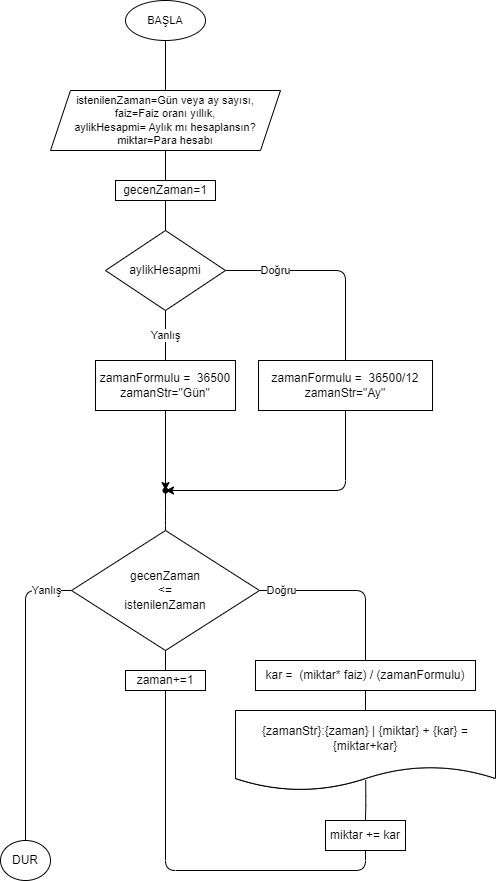
Before: Diyagramlar/Akış Diyagramı.drawio.png, a diagram exported from draw.io (VirtualExecutive/Mevduat-Faiz-Hesaplama). Source tidied: cells renumbered, new cells last; positions are measured from the earlier drawing's top-left corner, leaving out a move shared by most shapes. Its diagram source:
```xml
<mxGraphModel>
  <root>
    <mxCell id="0" />
    <mxCell id="1" parent="0" />
    <mxCell id="2" style="edgeStyle=none;html=1;endArrow=none;endFill=0;" parent="1" edge="1" source="3" target="4">
      <mxGeometry relative="1" as="geometry" />
    </mxCell>
    <mxCell id="3" value="BAŞLA" style="ellipse;whiteSpace=wrap;html=1;fontFamily=Helvetica;fontSize=11;fontColor=default;" parent="1" vertex="1">
      <mxGeometry x="125" width="80" height="40" as="geometry" />
    </mxCell>
    <mxCell id="4" value="istenilenZaman=Gün veya ay sayısı,&lt;br&gt;faiz=Faiz oranı yıllık,&lt;br&gt;aylikHesapmi= Aylık mı hesaplansın?&lt;br&gt;miktar=Para hesabı" style="shape=parallelogram;perimeter=parallelogramPerimeter;whiteSpace=wrap;html=1;fixedSize=1;fontFamily=Helvetica;fontSize=11;fontColor=default;align=center;strokeColor=default;fillColor=default;" parent="1" vertex="1">
      <mxGeometry x="50" y="90" width="230" height="60" as="geometry" />
    </mxCell>
    <mxCell id="5" style="edgeStyle=orthogonalEdgeStyle;jumpStyle=none;html=1;entryX=0.5;entryY=0;entryDx=0;entryDy=0;endArrow=none;endFill=0;" parent="1" edge="1" source="6" target="27">
      <mxGeometry relative="1" as="geometry" />
    </mxCell>
    <mxCell id="6" value="kar =&amp;nbsp; (miktar* faiz) / (zamanFormulu)" style="whiteSpace=wrap;html=1;" parent="1" vertex="1">
      <mxGeometry x="255" y="660" width="220" height="30" as="geometry" />
    </mxCell>
    <mxCell id="7" style="edgeStyle=orthogonalEdgeStyle;jumpStyle=none;html=1;endArrow=none;endFill=0;entryX=0.5;entryY=0;entryDx=0;entryDy=0;" parent="1" edge="1" source="11" target="33">
      <mxGeometry relative="1" as="geometry" />
    </mxCell>
    <mxCell id="8" value="Yanlış" style="edgeLabel;html=1;align=center;verticalAlign=middle;" parent="7" vertex="1">
      <mxGeometry x="-0.83" relative="1" as="geometry" />
    </mxCell>
    <mxCell id="9" style="jumpStyle=none;html=1;endArrow=none;endFill=0;edgeStyle=orthogonalEdgeStyle;exitX=1;exitY=0.5;exitDx=0;exitDy=0;" parent="1" edge="1" source="11" target="6">
      <mxGeometry relative="1" as="geometry" />
    </mxCell>
    <mxCell id="10" value="Doğru" style="edgeLabel;html=1;align=center;verticalAlign=middle;" parent="9" vertex="1">
      <mxGeometry x="-0.76" relative="1" as="geometry" />
    </mxCell>
    <mxCell id="11" value="gecenZaman&lt;br&gt;&amp;lt;=&lt;br&gt;istenilenZaman" style="rhombus;whiteSpace=wrap;html=1;" parent="1" vertex="1">
      <mxGeometry x="71" y="530" width="188" height="120" as="geometry" />
    </mxCell>
    <mxCell id="12" style="edgeStyle=none;html=1;endArrow=none;endFill=0;" parent="1" edge="1" source="4" target="13">
      <mxGeometry relative="1" as="geometry" />
    </mxCell>
    <mxCell id="13" value="gecenZaman=1" style="whiteSpace=wrap;html=1;" parent="1" vertex="1">
      <mxGeometry x="115" y="180" width="100" height="20" as="geometry" />
    </mxCell>
    <mxCell id="14" style="edgeStyle=none;html=1;endArrow=none;endFill=0;startArrow=none;" parent="1" edge="1" source="13" target="15">
      <mxGeometry relative="1" as="geometry" />
    </mxCell>
    <mxCell id="15" value="aylikHesapmi" style="rhombus;whiteSpace=wrap;html=1;" parent="1" vertex="1">
      <mxGeometry x="105" y="230" width="120" height="80" as="geometry" />
    </mxCell>
    <mxCell id="16" style="edgeStyle=none;html=1;endArrow=none;endFill=0;startArrow=none;" parent="1" edge="1" source="15" target="19">
      <mxGeometry relative="1" as="geometry" />
    </mxCell>
    <mxCell id="17" value="Yanlış" style="edgeLabel;html=1;align=center;verticalAlign=middle;" parent="16" vertex="1">
      <mxGeometry x="-0.41" y="1" relative="1" as="geometry">
        <mxPoint x="-1" y="10" as="offset" />
      </mxGeometry>
    </mxCell>
    <mxCell id="18" style="edgeStyle=orthogonalEdgeStyle;html=1;endArrow=classic;endFill=1;" parent="1" edge="1" source="19" target="25">
      <mxGeometry relative="1" as="geometry" />
    </mxCell>
    <mxCell id="19" value="zamanFormulu =&amp;nbsp; 36500&lt;br&gt;zamanStr=&quot;Gün&quot;" style="whiteSpace=wrap;html=1;" parent="1" vertex="1">
      <mxGeometry x="95" y="360" width="140" height="50" as="geometry" />
    </mxCell>
    <mxCell id="20" style="edgeStyle=orthogonalEdgeStyle;html=1;endArrow=classic;endFill=1;jumpStyle=none;entryX=0.634;entryY=0.393;entryDx=0;entryDy=0;entryPerimeter=0;" parent="1" edge="1" source="21" target="25">
      <mxGeometry relative="1" as="geometry">
        <Array as="points">
          <mxPoint x="345" y="490" />
        </Array>
      </mxGeometry>
    </mxCell>
    <mxCell id="21" value="zamanFormulu =&amp;nbsp; 36500/12&lt;br&gt;zamanStr=&quot;Ay&quot;" style="whiteSpace=wrap;html=1;" parent="1" vertex="1">
      <mxGeometry x="258" y="360" width="174" height="50" as="geometry" />
    </mxCell>
    <mxCell id="22" style="edgeStyle=orthogonalEdgeStyle;html=1;endArrow=none;endFill=0;" parent="1" edge="1" source="15" target="21">
      <mxGeometry relative="1" as="geometry" />
    </mxCell>
    <mxCell id="23" value="Doğru" style="edgeLabel;html=1;align=center;verticalAlign=middle;" parent="22" vertex="1">
      <mxGeometry x="-0.57" y="1" relative="1" as="geometry">
        <mxPoint x="5" y="1" as="offset" />
      </mxGeometry>
    </mxCell>
    <mxCell id="24" style="edgeStyle=orthogonalEdgeStyle;html=1;endArrow=none;endFill=0;" parent="1" edge="1" source="25" target="11">
      <mxGeometry relative="1" as="geometry">
        <Array as="points">
          <mxPoint x="165" y="520" />
        </Array>
      </mxGeometry>
    </mxCell>
    <mxCell id="25" style="shape=waypoint;sketch=0;fillStyle=solid;size=6;points=[];fillColor=none;perimeter=centerPerimeter;snapToPoint=1;" parent="1" vertex="1">
      <mxGeometry x="155" y="480" width="20" height="20" as="geometry" />
    </mxCell>
    <mxCell id="26" style="edgeStyle=orthogonalEdgeStyle;jumpStyle=none;html=1;endArrow=none;endFill=0;exitX=0.501;exitY=0.87;exitDx=0;exitDy=0;exitPerimeter=0;" parent="1" edge="1" source="32" target="29">
      <mxGeometry relative="1" as="geometry" />
    </mxCell>
    <mxCell id="27" value="{timeStr}:{time} | {miktar} + {kar} = {miktar+kar}" style="shape=document;whiteSpace=wrap;html=1;boundedLbl=1;" parent="1" vertex="1">
      <mxGeometry x="235" y="710" width="260" height="80" as="geometry" />
    </mxCell>
    <mxCell id="28" style="edgeStyle=orthogonalEdgeStyle;jumpStyle=none;html=1;endArrow=none;endFill=0;entryX=0.5;entryY=1;entryDx=0;entryDy=0;startArrow=none;" parent="1" edge="1" source="31" target="11">
      <mxGeometry relative="1" as="geometry" />
    </mxCell>
    <mxCell id="29" value="miktar += kar" style="whiteSpace=wrap;html=1;" parent="1" vertex="1">
      <mxGeometry x="325" y="820" width="80" height="30" as="geometry" />
    </mxCell>
    <mxCell id="30" style="edgeStyle=orthogonalEdgeStyle;jumpStyle=none;html=1;endArrow=none;endFill=0;entryX=0.5;entryY=1;entryDx=0;entryDy=0;" parent="1" edge="1" source="29" target="31">
      <mxGeometry relative="1" as="geometry">
        <Array as="points">
          <mxPoint x="365" y="870" />
          <mxPoint x="165" y="870" />
        </Array>
      </mxGeometry>
    </mxCell>
    <mxCell id="31" value="zaman+=1" style="rounded=0;whiteSpace=wrap;html=1;" parent="1" vertex="1">
      <mxGeometry x="125" y="670" width="80" height="20" as="geometry" />
    </mxCell>
    <mxCell id="32" value="{zamanStr}:{zaman} | {miktar} + {kar} = {miktar+kar}" style="shape=document;whiteSpace=wrap;html=1;boundedLbl=1;" parent="1" vertex="1">
      <mxGeometry x="235" y="710" width="260" height="80" as="geometry" />
    </mxCell>
    <mxCell id="33" value="DUR" style="ellipse;whiteSpace=wrap;html=1;" parent="1" vertex="1">
      <mxGeometry y="840" width="50" height="40" as="geometry" />
    </mxCell>
  </root>
</mxGraphModel>
```
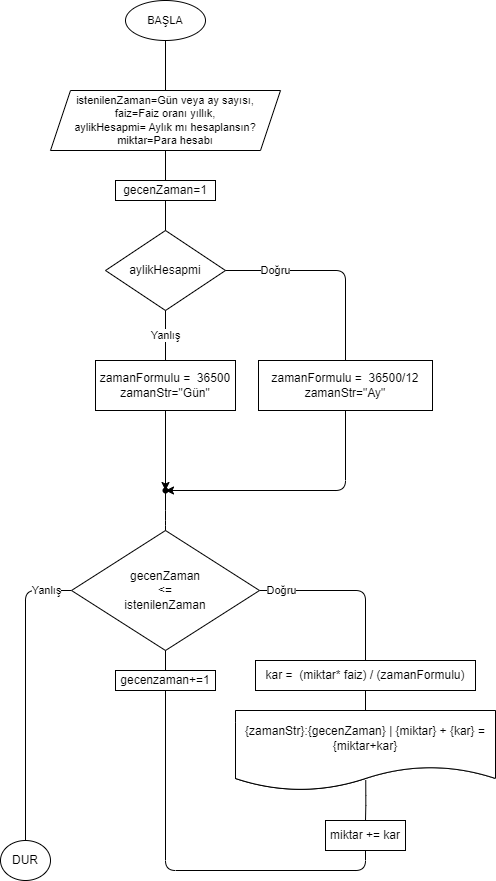
After the change.

Commit message:
Yazı Düzeltildi. v1.1.1

+ "zaman -> gecenZaman" olarak değiştirildi.

Diff of the diagram source:
```diff
@@ -106,10 +106,10 @@
         </Array>
       </mxGeometry>
     </mxCell>
-    <mxCell id="31" value="zaman+=1" style="rounded=0;whiteSpace=wrap;html=1;" parent="1" vertex="1">
-      <mxGeometry x="125" y="670" width="80" height="20" as="geometry" />
+    <mxCell id="31" value="gecenzaman+=1" style="rounded=0;whiteSpace=wrap;html=1;" parent="1" vertex="1">
+      <mxGeometry x="115" y="670" width="100" height="20" as="geometry" />
     </mxCell>
-    <mxCell id="32" value="{zamanStr}:{zaman} | {miktar} + {kar} = {miktar+kar}" style="shape=document;whiteSpace=wrap;html=1;boundedLbl=1;" parent="1" vertex="1">
+    <mxCell id="32" value="{zamanStr}:{gecenZaman} | {miktar} + {kar} = {miktar+kar}" style="shape=document;whiteSpace=wrap;html=1;boundedLbl=1;" parent="1" vertex="1">
       <mxGeometry x="235" y="710" width="260" height="80" as="geometry" />
     </mxCell>
     <mxCell id="33" value="DUR" style="ellipse;whiteSpace=wrap;html=1;" parent="1" vertex="1">
```
